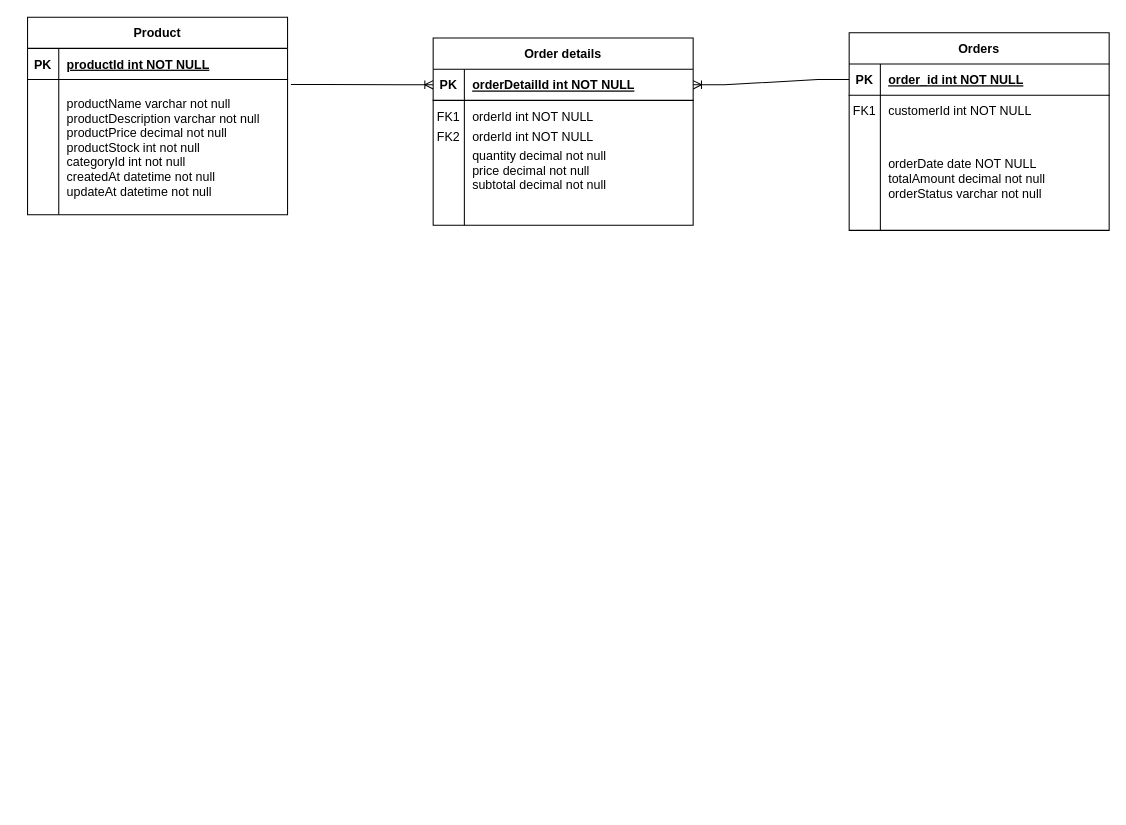
This is DBInventory.drawio from DrDaxter/diagrams, a draw.io file, before an edit. Source tidied: cells renumbered, new cells numbered last; positions are measured from the earlier drawing's top-left corner, leaving out a move shared by most shapes. Both pictures are drawn from the tidied source at 104%, with x=0, y=0 at pixel (27, 17).
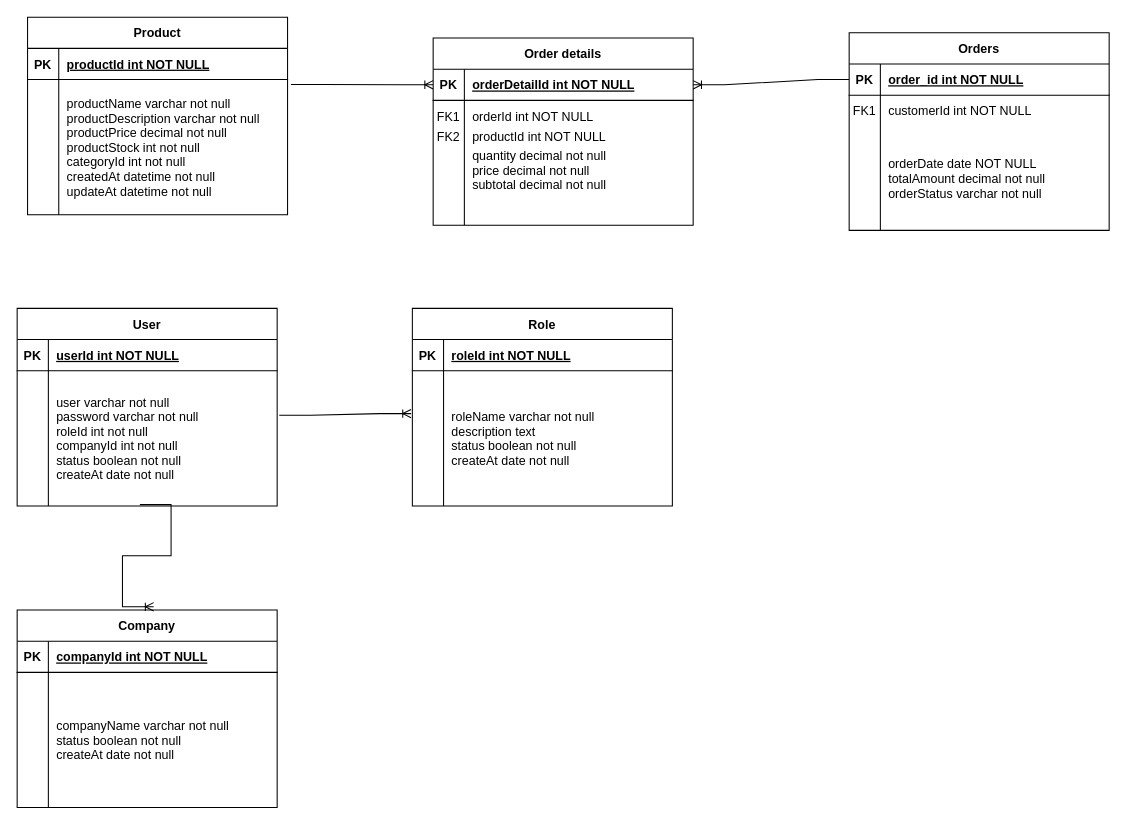
Above is the later version.

Diff of the diagram source:
```diff
@@
-    <mxCell id="28" value="orderId int NOT NULL" style="shape=partialRectangle;overflow=hidden;fillColor=none;top=0;left=0;bottom=0;right=0;align=left;spacingLeft=6;" parent="1" vertex="1">
+    <mxCell id="28" value="productId int NOT NULL" style="shape=partialRectangle;overflow=hidden;fillColor=none;top=0;left=0;bottom=0;right=0;align=left;spacingLeft=6;" parent="1" vertex="1">
       <mxGeometry x="420" y="100" width="220" height="30" as="geometry" />
     </mxCell>
@@
+    <mxCell id="32" value="User" style="shape=table;startSize=30;childLayout=tableLayout;rowLines=0;fontStyle=1;align=center;" parent="1" vertex="1">
+      <mxGeometry x="-10" y="280" width="250" height="190" as="geometry" />
+    </mxCell>
+    <mxCell id="33" style="shape=partialRectangle;fillColor=none;top=0;left=0;right=0;bottom=1;" parent="32" vertex="1">
+      <mxGeometry y="30" width="250" height="30" as="geometry" />
+    </mxCell>
+    <mxCell id="34" value="PK" style="shape=partialRectangle;overflow=hidden;fillColor=none;top=0;left=0;bottom=0;right=0;fontStyle=1;" parent="33" vertex="1">
+      <mxGeometry width="30" height="30" as="geometry" />
+    </mxCell>
+    <mxCell id="35" value="userId int NOT NULL " style="shape=partialRectangle;overflow=hidden;fillColor=none;top=0;left=0;bottom=0;right=0;align=left;spacingLeft=6;fontStyle=5;" parent="33" vertex="1">
+      <mxGeometry x="30" width="220" height="30" as="geometry" />
+    </mxCell>
+    <mxCell id="36" style="shape=partialRectangle;fillColor=none;points=[[0,0.5],[1,0.5]];portConstraint=eastwest;top=0;left=0;right=0;bottom=0;" parent="32" vertex="1">
+      <mxGeometry y="60" width="250" height="130" as="geometry" />
+    </mxCell>
+    <mxCell id="37" style="shape=partialRectangle;overflow=hidden;fillColor=none;top=0;left=0;bottom=0;right=0;" parent="36" vertex="1">
+      <mxGeometry width="30" height="130" as="geometry" />
+    </mxCell>
+    <mxCell id="38" value="user varchar not null&#10;password varchar not null&#10;roleId int not null&#10;companyId int not null&#10;status boolean not null&#10;createAt date not null" style="shape=partialRectangle;overflow=hidden;fillColor=none;top=0;left=0;bottom=0;right=0;align=left;spacingLeft=6;" parent="36" vertex="1">
+      <mxGeometry x="30" width="220" height="130" as="geometry" />
+    </mxCell>
+    <mxCell id="39" value="Role" style="shape=table;startSize=30;childLayout=tableLayout;rowLines=0;fontStyle=1;align=center;" parent="1" vertex="1">
+      <mxGeometry x="370" y="280" width="250" height="190" as="geometry" />
+    </mxCell>
+    <mxCell id="40" style="shape=partialRectangle;fillColor=none;top=0;left=0;right=0;bottom=1;" parent="39" vertex="1">
+      <mxGeometry y="30" width="250" height="30" as="geometry" />
+    </mxCell>
+    <mxCell id="41" value="PK" style="shape=partialRectangle;overflow=hidden;fillColor=none;top=0;left=0;bottom=0;right=0;fontStyle=1;" parent="40" vertex="1">
+      <mxGeometry width="30" height="30" as="geometry" />
+    </mxCell>
+    <mxCell id="42" value="roleId int NOT NULL " style="shape=partialRectangle;overflow=hidden;fillColor=none;top=0;left=0;bottom=0;right=0;align=left;spacingLeft=6;fontStyle=5;" parent="40" vertex="1">
+      <mxGeometry x="30" width="220" height="30" as="geometry" />
+    </mxCell>
+    <mxCell id="43" style="shape=partialRectangle;fillColor=none;points=[[0,0.5],[1,0.5]];portConstraint=eastwest;top=0;left=0;right=0;bottom=0;" parent="39" vertex="1">
+      <mxGeometry y="60" width="250" height="130" as="geometry" />
+    </mxCell>
+    <mxCell id="44" style="shape=partialRectangle;overflow=hidden;fillColor=none;top=0;left=0;bottom=0;right=0;" parent="43" vertex="1">
+      <mxGeometry width="30" height="130" as="geometry" />
+    </mxCell>
+    <mxCell id="45" value="roleName varchar not null&#10;description text&#10;status boolean not null&#10;createAt date not null" style="shape=partialRectangle;overflow=hidden;fillColor=none;top=0;left=0;bottom=0;right=0;align=left;spacingLeft=6;" parent="43" vertex="1">
+      <mxGeometry x="30" width="220" height="130" as="geometry" />
+    </mxCell>
+    <mxCell id="46" style="edgeStyle=entityRelationEdgeStyle;fontSize=12;html=1;endArrow=ERoneToMany;rounded=0;exitX=1.008;exitY=0.329;exitDx=0;exitDy=0;exitPerimeter=0;entryX=-0.005;entryY=0.317;entryDx=0;entryDy=0;entryPerimeter=0;" parent="1" edge="1" source="36" target="43">
+      <mxGeometry relative="1" as="geometry" />
+    </mxCell>
+    <mxCell id="47" value="Company" style="shape=table;startSize=30;childLayout=tableLayout;rowLines=0;fontStyle=1;align=center;" parent="1" vertex="1">
+      <mxGeometry x="-10" y="570" width="250" height="190" as="geometry" />
+    </mxCell>
+    <mxCell id="48" style="shape=partialRectangle;fillColor=none;top=0;left=0;right=0;bottom=1;" parent="47" vertex="1">
+      <mxGeometry y="30" width="250" height="30" as="geometry" />
+    </mxCell>
+    <mxCell id="49" value="PK" style="shape=partialRectangle;overflow=hidden;fillColor=none;top=0;left=0;bottom=0;right=0;fontStyle=1;" parent="48" vertex="1">
+      <mxGeometry width="30" height="30" as="geometry" />
+    </mxCell>
+    <mxCell id="50" value="companyId int NOT NULL " style="shape=partialRectangle;overflow=hidden;fillColor=none;top=0;left=0;bottom=0;right=0;align=left;spacingLeft=6;fontStyle=5;" parent="48" vertex="1">
+      <mxGeometry x="30" width="220" height="30" as="geometry" />
+    </mxCell>
+    <mxCell id="51" style="shape=partialRectangle;fillColor=none;top=0;left=0;right=0;bottom=0;" parent="47" vertex="1">
+      <mxGeometry y="60" width="250" height="130" as="geometry" />
+    </mxCell>
+    <mxCell id="52" style="shape=partialRectangle;overflow=hidden;fillColor=none;top=0;left=0;bottom=0;right=0;" parent="51" vertex="1">
+      <mxGeometry width="30" height="130" as="geometry" />
+    </mxCell>
+    <mxCell id="53" value="companyName varchar not null&#10;status boolean not null&#10;createAt date not null" style="shape=partialRectangle;overflow=hidden;fillColor=none;top=0;left=0;bottom=0;right=0;align=left;spacingLeft=6;" parent="51" vertex="1">
+      <mxGeometry x="30" width="220" height="130" as="geometry" />
+    </mxCell>
+    <mxCell id="54" style="edgeStyle=entityRelationEdgeStyle;fontSize=12;html=1;endArrow=ERoneToMany;rounded=0;exitX=0.472;exitY=0.99;exitDx=0;exitDy=0;exitPerimeter=0;entryX=0.525;entryY=-0.016;entryDx=0;entryDy=0;entryPerimeter=0;" parent="1" edge="1" source="36" target="47">
+      <mxGeometry relative="1" as="geometry">
+        <Array as="points">
+          <mxPoint x="280" y="525" />
+        </Array>
+      </mxGeometry>
+    </mxCell>
```
